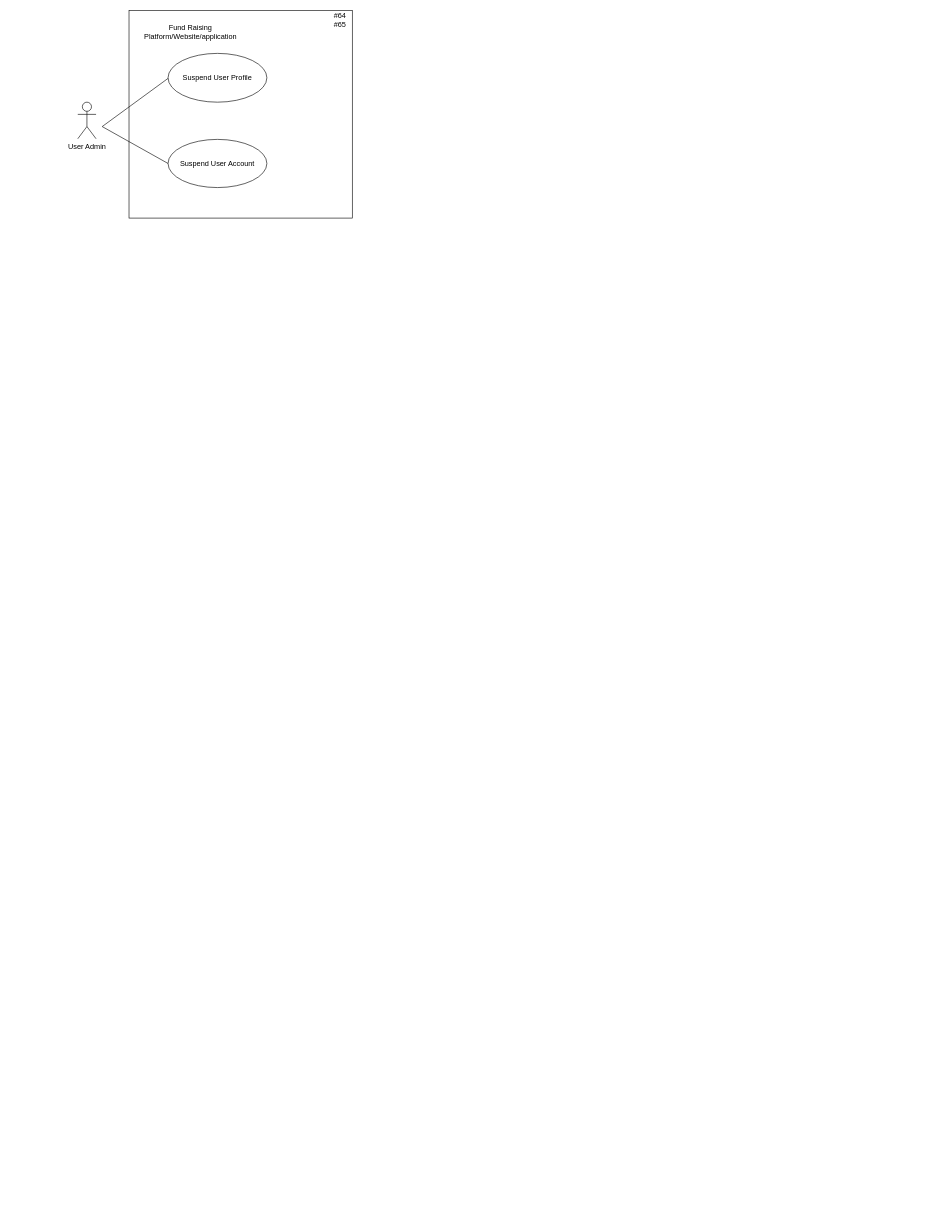
Before: page "Admin SUSPEND User Profile" (7 of 35) of Diagrams/CSIT 314 Brain Boost Diagrams.drawio in allanchia1-stack/brain-boost, a draw.io diagram. Source tidied: cells renumbered, new cells numbered last; positions are measured from the earlier drawing's top-left corner, leaving out a move shared by most shapes. Both pictures are drawn from the tidied source at 61%, with x=0, y=0 at pixel (77, 10).
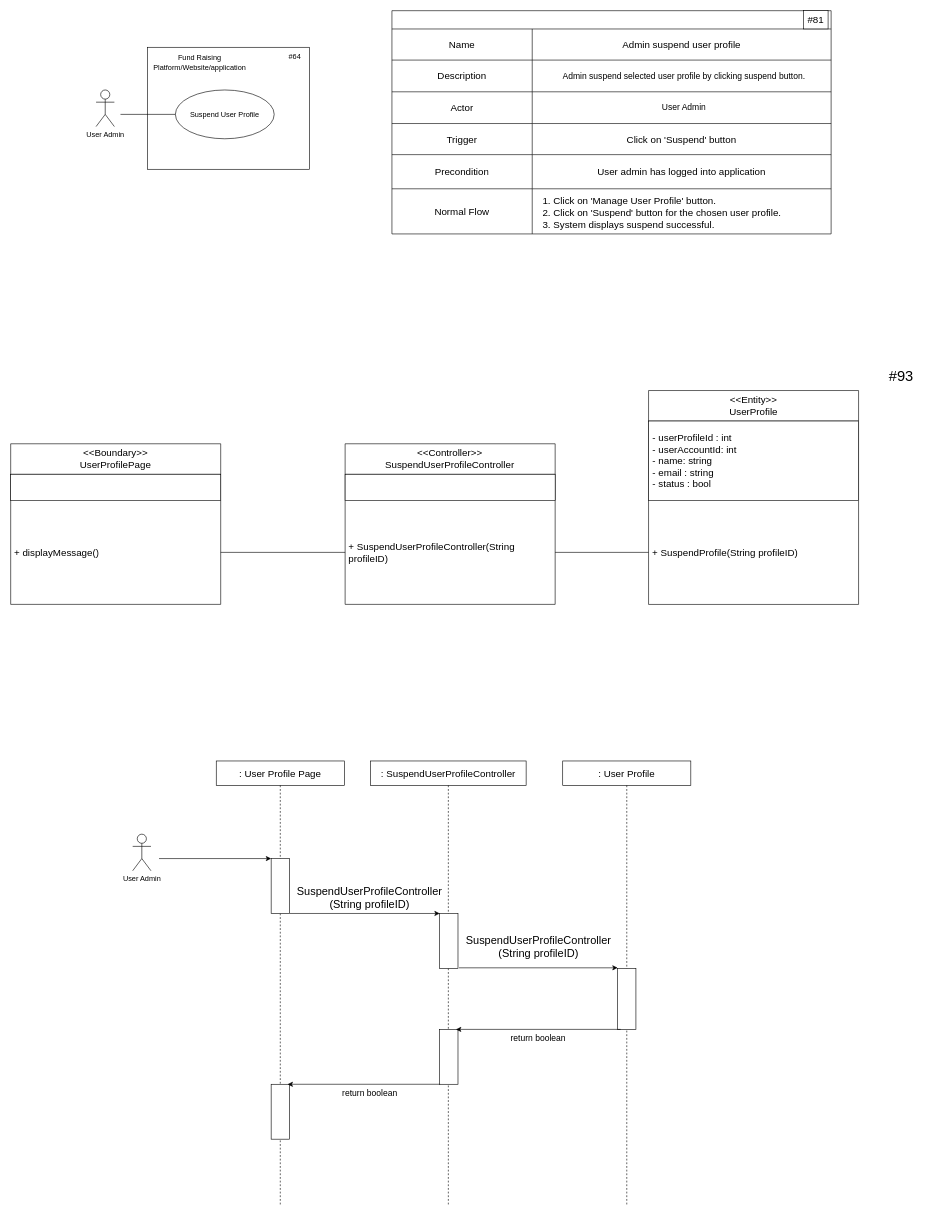
After the change.

What changed in the source:
```diff
@@
     <mxCell id="2" style="html=1;whiteSpace=wrap;" parent="1" vertex="1">
-      <mxGeometry x="84" width="366" height="340" as="geometry" />
+      <mxGeometry x="114" y="60" width="266" height="200" as="geometry" />
     </mxCell>
     <mxCell id="3" value="User Admin" style="shape=umlActor;verticalLabelPosition=bottom;verticalAlign=top;html=1;" parent="1" vertex="1">
-      <mxGeometry y="150" width="30" height="60" as="geometry" />
+      <mxGeometry x="30" y="130" width="30" height="60" as="geometry" />
     </mxCell>
     <mxCell id="4" value="Fund Raising Platform/Website/application" style="text;html=1;whiteSpace=wrap;strokeColor=none;fillColor=none;align=center;verticalAlign=middle;rounded=0;" parent="1" vertex="1">
-      <mxGeometry x="155" y="20" width="60" height="30" as="geometry" />
+      <mxGeometry x="170" y="70" width="60" height="30" as="geometry" />
     </mxCell>
     <mxCell id="5" value="Suspend User Profile" style="ellipse;whiteSpace=wrap;html=1;fillStyle=auto;fillColor=none;" parent="1" vertex="1">
-      <mxGeometry x="148" y="70" width="162" height="80" as="geometry" />
+      <mxGeometry x="160" y="130" width="162" height="80" as="geometry" />
     </mxCell>
-    <mxCell id="6" value="Suspend User Account" style="ellipse;whiteSpace=wrap;html=1;fillStyle=auto;fillColor=none;" parent="1" vertex="1">
-      <mxGeometry x="148" y="211" width="162" height="79" as="geometry" />
-    </mxCell>
-    <mxCell id="7" style="endArrow=none;html=1;rounded=0;entryX=0;entryY=0.5;entryDx=0;entryDy=0;" parent="1" edge="1">
+    <mxCell id="7" style="endArrow=none;html=1;rounded=0;entryX=0;entryY=0.5;entryDx=0;entryDy=0;" parent="1" edge="1" target="5">
       <mxGeometry relative="1" as="geometry">
-        <mxPoint x="40" y="190" as="sourcePoint" />
-        <mxPoint x="148" y="111" as="targetPoint" />
+        <mxPoint x="70" y="170" as="sourcePoint" />
       </mxGeometry>
     </mxCell>
-    <mxCell id="8" style="endArrow=none;html=1;rounded=0;entryX=0;entryY=0.5;entryDx=0;entryDy=0;" parent="1" edge="1" target="6">
-      <mxGeometry relative="1" as="geometry">
-        <mxPoint x="40" y="190" as="sourcePoint" />
-      </mxGeometry>
-    </mxCell>
-    <mxCell id="9" value="#64&lt;div&gt;#65&lt;/div&gt;" style="text;html=1;whiteSpace=wrap;strokeColor=none;fillColor=none;align=center;verticalAlign=middle;rounded=0;" parent="1" vertex="1">
-      <mxGeometry x="400" width="60" height="30" as="geometry" />
+    <mxCell id="9" value="#64" style="text;html=1;whiteSpace=wrap;strokeColor=none;fillColor=none;align=center;verticalAlign=middle;rounded=0;" parent="1" vertex="1">
+      <mxGeometry x="330" y="60" width="52" height="30" as="geometry" />
     </mxCell>
+    <mxCell id="10" style="group;" parent="1" vertex="1">
+      <mxGeometry x="500" width="730" height="430" as="geometry" />
+    </mxCell>
+    <mxCell id="11" style="shape=table;startSize=30;childLayout=tableLayout;strokeColor=default;fontSize=16;" parent="10" vertex="1">
+      <mxGeometry x="15" width="720" height="366" as="geometry" />
+    </mxCell>
+    <mxCell id="12" style="shape=tableRow;horizontal=0;startSize=0;swimlaneHead=0;swimlaneBody=0;strokeColor=inherit;top=0;left=0;bottom=0;right=0;fillColor=none;fontSize=16;" parent="11" vertex="1">
+      <mxGeometry y="30" width="720" height="51" as="geometry" />
+    </mxCell>
+    <mxCell id="13" value="Name" style="shape=partialRectangle;html=1;whiteSpace=wrap;strokeColor=inherit;overflow=hidden;fillColor=none;top=0;left=0;bottom=0;right=0;fontSize=16;" parent="12" vertex="1">
+      <mxGeometry width="230" height="51" as="geometry" />
+    </mxCell>
+    <mxCell id="14" value="&lt;span style=&quot;text-wrap-mode: nowrap;&quot;&gt;&lt;font style=&quot;font-size: 16px;&quot;&gt;Admin suspend user profile&lt;/font&gt;&lt;/span&gt;" style="shape=partialRectangle;html=1;whiteSpace=wrap;strokeColor=inherit;overflow=hidden;fillColor=none;top=0;left=0;bottom=0;right=0;fontSize=14;" parent="12" vertex="1">
+      <mxGeometry x="230" width="490" height="51" as="geometry" />
+    </mxCell>
+    <mxCell id="15" style="shape=tableRow;horizontal=0;startSize=0;swimlaneHead=0;swimlaneBody=0;strokeColor=inherit;top=0;left=0;bottom=0;right=0;fillColor=none;fontSize=16;spacingLeft=3;" parent="11" vertex="1">
+      <mxGeometry y="81" width="720" height="52" as="geometry" />
+    </mxCell>
+    <mxCell id="16" value="Description" style="shape=partialRectangle;html=1;whiteSpace=wrap;strokeColor=inherit;overflow=hidden;fillColor=none;top=0;left=0;bottom=0;right=0;fontSize=16;" parent="15" vertex="1">
+      <mxGeometry width="230" height="52" as="geometry" />
+    </mxCell>
+    <mxCell id="17" value="&lt;div class=&quot;us-data&quot; style=&quot;text-align: left; box-sizing: border-box; margin: 0px; padding: 0px; border: 0px; font-variant-numeric: inherit; font-variant-east-asian: inherit; font-variant-alternates: inherit; font-variant-position: inherit; font-stretch: inherit; line-height: inherit; font-family: Ubuntu-Regular, Arial, Helvetica, sans-serif; font-optical-sizing: inherit; font-size-adjust: inherit; font-kerning: inherit; font-feature-settings: inherit; font-variation-settings: inherit; vertical-align: baseline; align-items: center; display: flex;&quot;&gt;&lt;font&gt;&lt;font&gt;Admin suspend selected user profile by clicking suspend button.&lt;/font&gt;&lt;/font&gt;&lt;p&gt;&lt;/p&gt;&lt;p class=&quot;status-value&quot; style=&quot;color: rgb(0, 0, 0); box-sizing: border-box; margin: 0.25em 0px 0px auto; padding: 0px; border: 0px; font-style: inherit; font-variant-ligatures: inherit; font-variant-caps: inherit; font-variant-alternates: inherit; font-variant-numeric: inherit; font-variant-east-asian: inherit; font-variant-position: inherit; font-weight: inherit; font-stretch: inherit; line-height: 1.5; font-family: inherit; font-optical-sizing: inherit; font-size-adjust: inherit; font-kerning: inherit; font-feature-settings: inherit; font-variation-settings: inherit; vertical-align: baseline; text-transform: uppercase; width: fit-content;&quot;&gt;&lt;/p&gt;&lt;/div&gt;" style="shape=partialRectangle;html=1;whiteSpace=wrap;strokeColor=inherit;overflow=hidden;fillColor=none;top=0;left=0;bottom=0;right=0;fontSize=14;align=center;spacingLeft=8;" parent="15" vertex="1">
+      <mxGeometry x="230" width="490" height="52" as="geometry" />
+    </mxCell>
+    <mxCell id="18" style="shape=tableRow;horizontal=0;startSize=0;swimlaneHead=0;swimlaneBody=0;strokeColor=inherit;top=0;left=0;bottom=0;right=0;fillColor=none;fontSize=16;spacingLeft=3;" parent="11" vertex="1">
+      <mxGeometry y="133" width="720" height="52" as="geometry" />
+    </mxCell>
+    <mxCell id="19" value="Actor" style="shape=partialRectangle;html=1;whiteSpace=wrap;strokeColor=inherit;overflow=hidden;fillColor=none;top=0;left=0;bottom=0;right=0;fontSize=16;" parent="18" vertex="1">
+      <mxGeometry width="230" height="52" as="geometry" />
+    </mxCell>
+    <mxCell id="20" value="User Admin" style="shape=partialRectangle;html=1;whiteSpace=wrap;strokeColor=inherit;overflow=hidden;fillColor=none;top=0;left=0;bottom=0;right=0;fontSize=14;align=center;spacingLeft=8;" parent="18" vertex="1">
+      <mxGeometry x="230" width="490" height="52" as="geometry" />
+    </mxCell>
+    <mxCell id="21" style="shape=tableRow;horizontal=0;startSize=0;swimlaneHead=0;swimlaneBody=0;strokeColor=inherit;top=0;left=0;bottom=0;right=0;fillColor=none;fontSize=16;" parent="11" vertex="1">
+      <mxGeometry y="185" width="720" height="51" as="geometry" />
+    </mxCell>
+    <mxCell id="22" value="Trigger" style="shape=partialRectangle;html=1;whiteSpace=wrap;strokeColor=inherit;overflow=hidden;fillColor=none;top=0;left=0;bottom=0;right=0;fontSize=16;" parent="21" vertex="1">
+      <mxGeometry width="230" height="51" as="geometry" />
+    </mxCell>
+    <mxCell id="23" value="Click on 'Suspend' button" style="shape=partialRectangle;html=1;whiteSpace=wrap;strokeColor=inherit;overflow=hidden;fillColor=none;top=0;left=0;bottom=0;right=0;fontSize=16;spacingLeft=0;" parent="21" vertex="1">
+      <mxGeometry x="230" width="490" height="51" as="geometry" />
+    </mxCell>
+    <mxCell id="24" style="shape=tableRow;horizontal=0;startSize=0;swimlaneHead=0;swimlaneBody=0;strokeColor=inherit;top=0;left=0;bottom=0;right=0;fillColor=none;fontSize=16;" parent="11" vertex="1">
+      <mxGeometry y="236" width="720" height="56" as="geometry" />
+    </mxCell>
+    <mxCell id="25" value="Precondition" style="shape=partialRectangle;html=1;whiteSpace=wrap;strokeColor=inherit;overflow=hidden;fillColor=none;top=0;left=0;bottom=0;right=0;fontSize=16;" parent="24" vertex="1">
+      <mxGeometry width="230" height="56" as="geometry" />
+    </mxCell>
+    <mxCell id="26" value="User admin has logged into application" style="shape=partialRectangle;html=1;whiteSpace=wrap;strokeColor=inherit;overflow=hidden;fillColor=none;top=0;left=0;bottom=0;right=0;fontSize=16;spacingLeft=0;" parent="24" vertex="1">
+      <mxGeometry x="230" width="490" height="56" as="geometry" />
+    </mxCell>
+    <mxCell id="27" style="shape=tableRow;horizontal=0;startSize=0;swimlaneHead=0;swimlaneBody=0;strokeColor=inherit;top=0;left=0;bottom=0;right=0;fillColor=none;fontSize=14;spacing=0;" parent="11" vertex="1">
+      <mxGeometry y="292" width="720" height="74" as="geometry" />
+    </mxCell>
+    <mxCell id="28" value="Normal Flow" style="shape=partialRectangle;html=1;whiteSpace=wrap;strokeColor=inherit;overflow=hidden;fillColor=none;top=0;left=0;bottom=0;right=0;fontSize=16;" parent="27" vertex="1">
+      <mxGeometry width="230" height="74" as="geometry" />
+    </mxCell>
+    <mxCell id="29" value="&lt;ol&gt;&lt;li&gt;Click on 'Manage User Profile' button.&lt;/li&gt;&lt;li&gt;Click on 'Suspend' button for the chosen user profile.&lt;/li&gt;&lt;li&gt;System displays suspend successful.&lt;/li&gt;&lt;/ol&gt;" style="shape=partialRectangle;html=1;whiteSpace=wrap;strokeColor=inherit;overflow=hidden;fillColor=none;top=0;left=0;bottom=0;right=0;fontSize=16;spacingLeft=5;spacing=-10;spacingBottom=-3;align=left;" parent="27" vertex="1">
+      <mxGeometry x="230" width="490" height="74" as="geometry" />
+    </mxCell>
+    <mxCell id="30" value="&lt;font style=&quot;font-size: 16px;&quot;&gt;#81&lt;/font&gt;" style="rounded=0;whiteSpace=wrap;html=1;" parent="10" vertex="1">
+      <mxGeometry x="690" width="40" height="29.9" as="geometry" />
+    </mxCell>
+    <mxCell id="31" value="&amp;lt;&amp;lt;Boundary&amp;gt;&amp;gt;&lt;div&gt;UserProfilePage&lt;/div&gt;" style="swimlane;fontStyle=0;horizontal=1;startSize=50;whiteSpace=wrap;html=1;fontSize=16;" parent="1" vertex="1">
+      <mxGeometry x="-110" y="710" width="344.3" height="263.3" as="geometry" />
+    </mxCell>
+    <mxCell id="32" style="rounded=0;whiteSpace=wrap;html=1;fontSize=16;" parent="31" vertex="1">
+      <mxGeometry y="50" width="344.3" height="42.7" as="geometry" />
+    </mxCell>
+    <mxCell id="33" value="&lt;div&gt;&lt;span style=&quot;text-align: center;&quot;&gt;+ displayMessage()&lt;/span&gt;&lt;br&gt;&lt;/div&gt;&lt;div&gt;&lt;span style=&quot;text-align: center;&quot;&gt;&lt;/span&gt;&lt;/div&gt;" style="text;strokeColor=none;fillColor=none;align=left;verticalAlign=middle;spacingLeft=4;spacingRight=4;overflow=hidden;points=[[0,0.5],[1,0.5]];portConstraint=eastwest;whiteSpace=wrap;html=1;fontSize=16;" parent="31" vertex="1">
+      <mxGeometry y="92.7" width="344.3" height="170.7" as="geometry" />
+    </mxCell>
+    <mxCell id="34" value="&amp;lt;&amp;lt;Controller&amp;gt;&amp;gt;&lt;br&gt;&lt;div&gt;&lt;span style=&quot;background-color: transparent; color: light-dark(rgb(0, 0, 0), rgb(255, 255, 255));&quot;&gt;SuspendUserProfile&lt;/span&gt;Controller&lt;/div&gt;" style="swimlane;fontStyle=0;horizontal=1;startSize=50;whiteSpace=wrap;html=1;fontSize=16;" parent="1" vertex="1">
+      <mxGeometry x="438.3" y="710" width="344.3" height="263.3" as="geometry" />
+    </mxCell>
+    <mxCell id="35" style="rounded=0;whiteSpace=wrap;html=1;fontSize=16;" parent="34" vertex="1">
+      <mxGeometry y="50" width="344.3" height="42.7" as="geometry" />
+    </mxCell>
+    <mxCell id="36" value="&lt;div&gt;&lt;span style=&quot;text-align: center;&quot;&gt;+&amp;nbsp;&lt;/span&gt;&lt;span style=&quot;text-align: center;&quot;&gt;SuspendUserProfile&lt;/span&gt;&lt;span style=&quot;text-align: center;&quot;&gt;Controller&lt;/span&gt;&lt;span style=&quot;text-align: center;&quot;&gt;(String profileID)&lt;/span&gt;&lt;/div&gt;" style="text;strokeColor=none;fillColor=none;align=left;verticalAlign=middle;spacingLeft=4;spacingRight=4;overflow=hidden;points=[[0,0.5],[1,0.5]];portConstraint=eastwest;whiteSpace=wrap;html=1;fontSize=16;" parent="34" vertex="1">
+      <mxGeometry y="92.7" width="344.3" height="170.7" as="geometry" />
+    </mxCell>
+    <mxCell id="37" style="endArrow=none;html=1;rounded=0;exitX=1;exitY=0.5;exitDx=0;exitDy=0;entryX=0;entryY=0.5;entryDx=0;entryDy=0;fontSize=16;" parent="1" edge="1" source="33" target="36">
+      <mxGeometry relative="1" as="geometry" />
+    </mxCell>
+    <mxCell id="38" value="&amp;lt;&amp;lt;Entity&amp;gt;&amp;gt;&lt;div&gt;UserProfile&lt;/div&gt;" style="swimlane;fontStyle=0;horizontal=1;startSize=50;whiteSpace=wrap;html=1;fontSize=16;" parent="1" vertex="1">
+      <mxGeometry x="935.7" y="622.7" width="344.3" height="350.7" as="geometry" />
+    </mxCell>
+    <mxCell id="39" value="&lt;span style=&quot;&quot;&gt;&amp;nbsp;&lt;/span&gt;- userProfileId : int&lt;div&gt;&amp;nbsp;- userAccountId: int&lt;/div&gt;&lt;div&gt;&amp;nbsp;- name: string&lt;/div&gt;&lt;div&gt;&amp;nbsp;- email : string&lt;/div&gt;&lt;div&gt;&amp;nbsp;- status : bool&lt;/div&gt;" style="rounded=0;whiteSpace=wrap;html=1;fontSize=16;align=left;" parent="38" vertex="1">
+      <mxGeometry y="50" width="344.3" height="130" as="geometry" />
+    </mxCell>
+    <mxCell id="40" value="&lt;div&gt;&lt;span style=&quot;text-align: center;&quot;&gt;+ SuspendProfile(String profileID)&lt;/span&gt;&lt;br&gt;&lt;/div&gt;" style="text;strokeColor=none;fillColor=none;align=left;verticalAlign=middle;spacingLeft=4;spacingRight=4;overflow=hidden;points=[[0,0.5],[1,0.5]];portConstraint=eastwest;whiteSpace=wrap;html=1;fontSize=16;" parent="38" vertex="1">
+      <mxGeometry y="180" width="344.3" height="170.7" as="geometry" />
+    </mxCell>
+    <mxCell id="41" style="endArrow=none;html=1;rounded=0;exitX=0;exitY=0.5;exitDx=0;exitDy=0;entryX=1;entryY=0.5;entryDx=0;entryDy=0;fontSize=16;" parent="1" edge="1" source="40" target="36">
+      <mxGeometry relative="1" as="geometry" />
+    </mxCell>
+    <mxCell id="42" value="&lt;font style=&quot;font-size: 16px;&quot;&gt;: SuspendUserProfileController&lt;/font&gt;" style="shape=umlLifeline;perimeter=lifelinePerimeter;whiteSpace=wrap;html=1;newEdgeStyle={&quot;curved&quot;:0,&quot;rounded&quot;:0};" parent="1" vertex="1">
+      <mxGeometry x="480" y="1230" width="255" height="730" as="geometry" />
+    </mxCell>
+    <mxCell id="43" style="html=1;perimeter=orthogonalPerimeter;targetShapes=umlLifeline;newEdgeStyle={&quot;curved&quot;:0,&quot;rounded&quot;:0};" parent="42" vertex="1">
+      <mxGeometry x="113.3" y="250" width="30" height="90" as="geometry" />
+    </mxCell>
+    <mxCell id="44" style="html=1;perimeter=orthogonalPerimeter;targetShapes=umlLifeline;newEdgeStyle={&quot;curved&quot;:0,&quot;rounded&quot;:0};" parent="42" vertex="1">
+      <mxGeometry x="113.3" y="440" width="30" height="90" as="geometry" />
+    </mxCell>
+    <mxCell id="45" value="&lt;font style=&quot;font-size: 16px;&quot;&gt;: User Profile&lt;/font&gt;" style="shape=umlLifeline;perimeter=lifelinePerimeter;whiteSpace=wrap;html=1;newEdgeStyle={&quot;curved&quot;:0,&quot;rounded&quot;:0};" parent="1" vertex="1">
+      <mxGeometry x="795" y="1230" width="210" height="730" as="geometry" />
+    </mxCell>
+    <mxCell id="46" style="html=1;perimeter=orthogonalPerimeter;targetShapes=umlLifeline;newEdgeStyle={&quot;curved&quot;:0,&quot;rounded&quot;:0};" parent="45" vertex="1">
+      <mxGeometry x="90" y="340" width="30" height="100" as="geometry" />
+    </mxCell>
+    <mxCell id="47" style="endArrow=classic;html=1;rounded=0;" parent="1" edge="1">
+      <mxGeometry relative="1" as="geometry">
+        <mxPoint x="133.2" y="1390" as="sourcePoint" />
+        <mxPoint x="317" y="1390" as="targetPoint" />
+      </mxGeometry>
+    </mxCell>
+    <mxCell id="48" value="&lt;font style=&quot;font-size: 16px;&quot;&gt;: User Profile Page&lt;/font&gt;" style="shape=umlLifeline;perimeter=lifelinePerimeter;whiteSpace=wrap;html=1;newEdgeStyle={&quot;curved&quot;:0,&quot;rounded&quot;:0};" parent="1" vertex="1">
+      <mxGeometry x="227" y="1230" width="210" height="730" as="geometry" />
+    </mxCell>
+    <mxCell id="49" style="html=1;perimeter=orthogonalPerimeter;targetShapes=umlLifeline;newEdgeStyle={&quot;curved&quot;:0,&quot;rounded&quot;:0};" parent="48" vertex="1">
+      <mxGeometry x="90" y="530" width="30" height="90" as="geometry" />
+    </mxCell>
+    <mxCell id="50" style="html=1;perimeter=orthogonalPerimeter;targetShapes=umlLifeline;newEdgeStyle={&quot;curved&quot;:0,&quot;rounded&quot;:0};" parent="1" vertex="1">
+      <mxGeometry x="317" y="1390" width="30" height="90" as="geometry" />
+    </mxCell>
+    <mxCell id="51" style="endArrow=classic;html=1;rounded=0;" parent="1" edge="1">
+      <mxGeometry relative="1" as="geometry">
+        <mxPoint x="347" y="1480" as="sourcePoint" />
+        <mxPoint x="593.3" y="1480" as="targetPoint" />
+      </mxGeometry>
+    </mxCell>
+    <mxCell id="52" value="&lt;font style=&quot;font-size: 18px;&quot;&gt;&lt;font&gt;SuspendUserProfileController&lt;/font&gt;&lt;/font&gt;&lt;div&gt;&lt;font style=&quot;font-size: 18px;&quot;&gt;(String profileID)&lt;/font&gt;&lt;/div&gt;" style="text;html=1;whiteSpace=wrap;strokeColor=none;fillColor=none;align=center;verticalAlign=middle;rounded=0;fontSize=14;" parent="1" vertex="1">
+      <mxGeometry x="347" y="1430" width="263" height="50" as="geometry" />
+    </mxCell>
+    <mxCell id="53" style="endArrow=classic;html=1;rounded=0;" parent="1" edge="1">
+      <mxGeometry relative="1" as="geometry">
+        <mxPoint x="625" y="1569.1" as="sourcePoint" />
+        <mxPoint x="885" y="1569.1" as="targetPoint" />
+      </mxGeometry>
+    </mxCell>
+    <mxCell id="54" style="edgeStyle=orthogonalEdgeStyle;rounded=0;orthogonalLoop=1;jettySize=auto;html=1;curved=0;" parent="1" edge="1">
+      <mxGeometry relative="1" as="geometry">
+        <mxPoint x="890" y="1670" as="sourcePoint" />
+        <mxPoint x="620" y="1670" as="targetPoint" />
+      </mxGeometry>
+    </mxCell>
+    <mxCell id="55" style="edgeStyle=orthogonalEdgeStyle;rounded=0;orthogonalLoop=1;jettySize=auto;html=1;curved=0;" parent="1" edge="1">
+      <mxGeometry relative="1" as="geometry">
+        <mxPoint x="594" y="1760" as="sourcePoint" />
+        <mxPoint x="344" y="1760" as="targetPoint" />
+      </mxGeometry>
+    </mxCell>
+    <mxCell id="56" value="return boolean" style="text;html=1;whiteSpace=wrap;strokeColor=none;fillColor=none;align=center;verticalAlign=middle;rounded=0;fontSize=14;" parent="1" vertex="1">
+      <mxGeometry x="635" y="1670" width="240" height="30" as="geometry" />
+    </mxCell>
+    <mxCell id="57" value="return boolean" style="text;html=1;whiteSpace=wrap;strokeColor=none;fillColor=none;align=center;verticalAlign=middle;rounded=0;fontSize=14;" parent="1" vertex="1">
+      <mxGeometry x="384" y="1760" width="190" height="30" as="geometry" />
+    </mxCell>
+    <mxCell id="58" value="&lt;font style=&quot;font-size: 24px;&quot;&gt;#93&lt;/font&gt;" style="text;html=1;whiteSpace=wrap;strokeColor=none;fillColor=none;align=center;verticalAlign=middle;rounded=0;" parent="1" vertex="1">
+      <mxGeometry x="1300" y="570" width="100" height="60" as="geometry" />
+    </mxCell>
+    <mxCell id="59" value="User Admin" style="shape=umlActor;verticalLabelPosition=bottom;verticalAlign=top;html=1;" parent="1" vertex="1">
+      <mxGeometry x="90" y="1350" width="30" height="60" as="geometry" />
+    </mxCell>
+    <mxCell id="60" value="&lt;font style=&quot;font-size: 18px;&quot;&gt;&lt;font&gt;SuspendUserProfileController&lt;/font&gt;&lt;/font&gt;&lt;div&gt;&lt;font style=&quot;font-size: 18px;&quot;&gt;(String profileID)&lt;/font&gt;&lt;/div&gt;" style="text;html=1;whiteSpace=wrap;strokeColor=none;fillColor=none;align=center;verticalAlign=middle;rounded=0;fontSize=14;" parent="1" vertex="1">
+      <mxGeometry x="623.5" y="1510" width="263" height="50" as="geometry" />
+    </mxCell>
```
